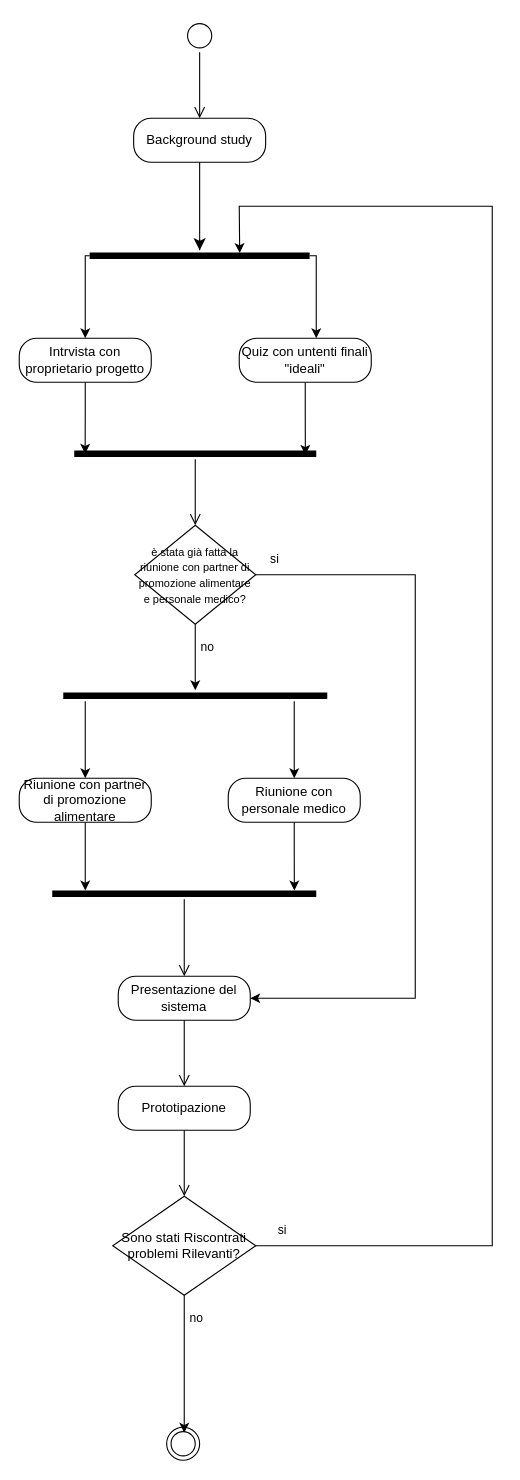
Above: grafi/V2.drawio in Barbera9/mixed (draw.io), before the change. Source tidied: cells renumbered, new cells numbered last; positions are measured from the earlier drawing's top-left corner, leaving out a move shared by most shapes. Both pictures are drawn from the tidied source at 110%, with x=0, y=0 at pixel (19, 19).
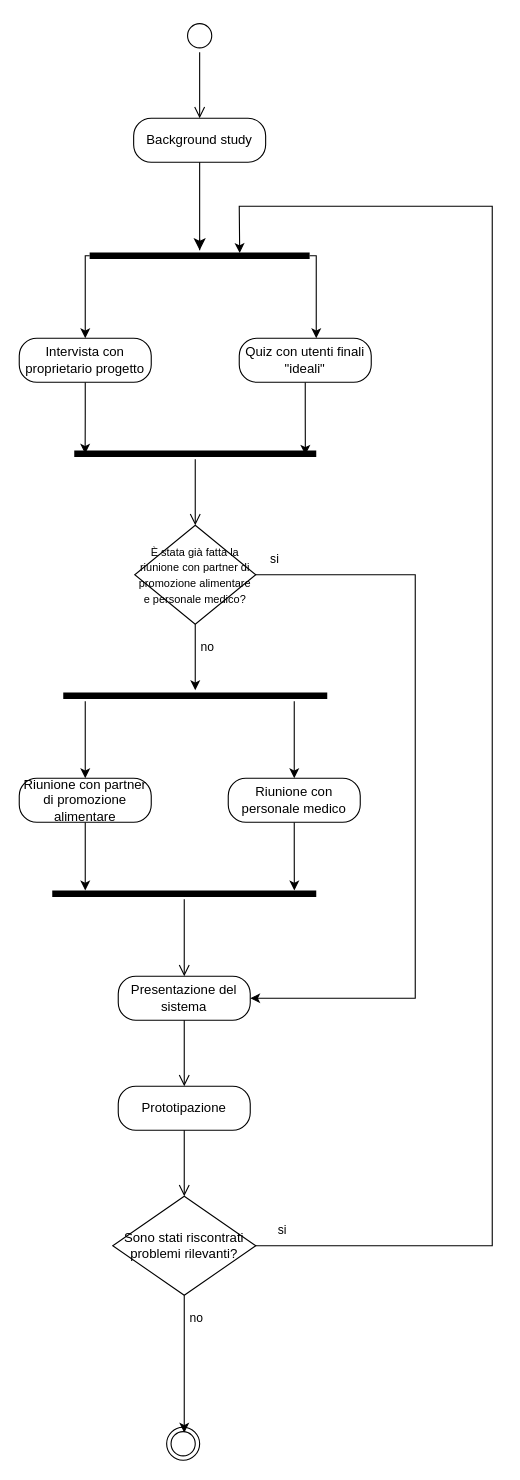
The same page after the edit.

Diff of the diagram source:
```diff
@@
-    <mxCell id="5" value="Quiz con untenti finali &quot;ideali&quot;" style="rounded=1;whiteSpace=wrap;html=1;arcSize=40;" parent="1" vertex="1">
+    <mxCell id="5" value="Quiz con utenti finali &quot;ideali&quot;" style="rounded=1;whiteSpace=wrap;html=1;arcSize=40;" parent="1" vertex="1">
       <mxGeometry x="200" y="290" width="120" height="40" as="geometry" />
     </mxCell>
@@
-    <mxCell id="7" value="Intrvista con proprietario progetto" style="rounded=1;whiteSpace=wrap;html=1;arcSize=40;" parent="1" vertex="1">
+    <mxCell id="7" value="Intervista con proprietario progetto" style="rounded=1;whiteSpace=wrap;html=1;arcSize=40;" parent="1" vertex="1">
       <mxGeometry y="290" width="120" height="40" as="geometry" />
     </mxCell>
@@
-    <mxCell id="15" value="&lt;font style=&quot;font-size: 10px;&quot;&gt;è stata già fatta la riunione con partner di promozione alimentare e personale medico?&lt;/font&gt;" style="rhombus;whiteSpace=wrap;html=1;" parent="1" vertex="1">
+    <mxCell id="15" value="&lt;font style=&quot;font-size: 10px;&quot;&gt;È stata già fatta la riunione con partner di promozione alimentare e personale medico?&lt;/font&gt;" style="rhombus;whiteSpace=wrap;html=1;" parent="1" vertex="1">
       <mxGeometry x="105" y="460" width="110" height="90" as="geometry" />
     </mxCell>
@@
-    <mxCell id="26" value="Sono stati Riscontrati problemi Rilevanti?" style="rhombus;whiteSpace=wrap;html=1;" parent="1" vertex="1">
+    <mxCell id="26" value="Sono stati riscontrati problemi rilevanti?" style="rhombus;whiteSpace=wrap;html=1;" parent="1" vertex="1">
       <mxGeometry x="85" y="1070" width="130" height="90" as="geometry" />
     </mxCell>
```
